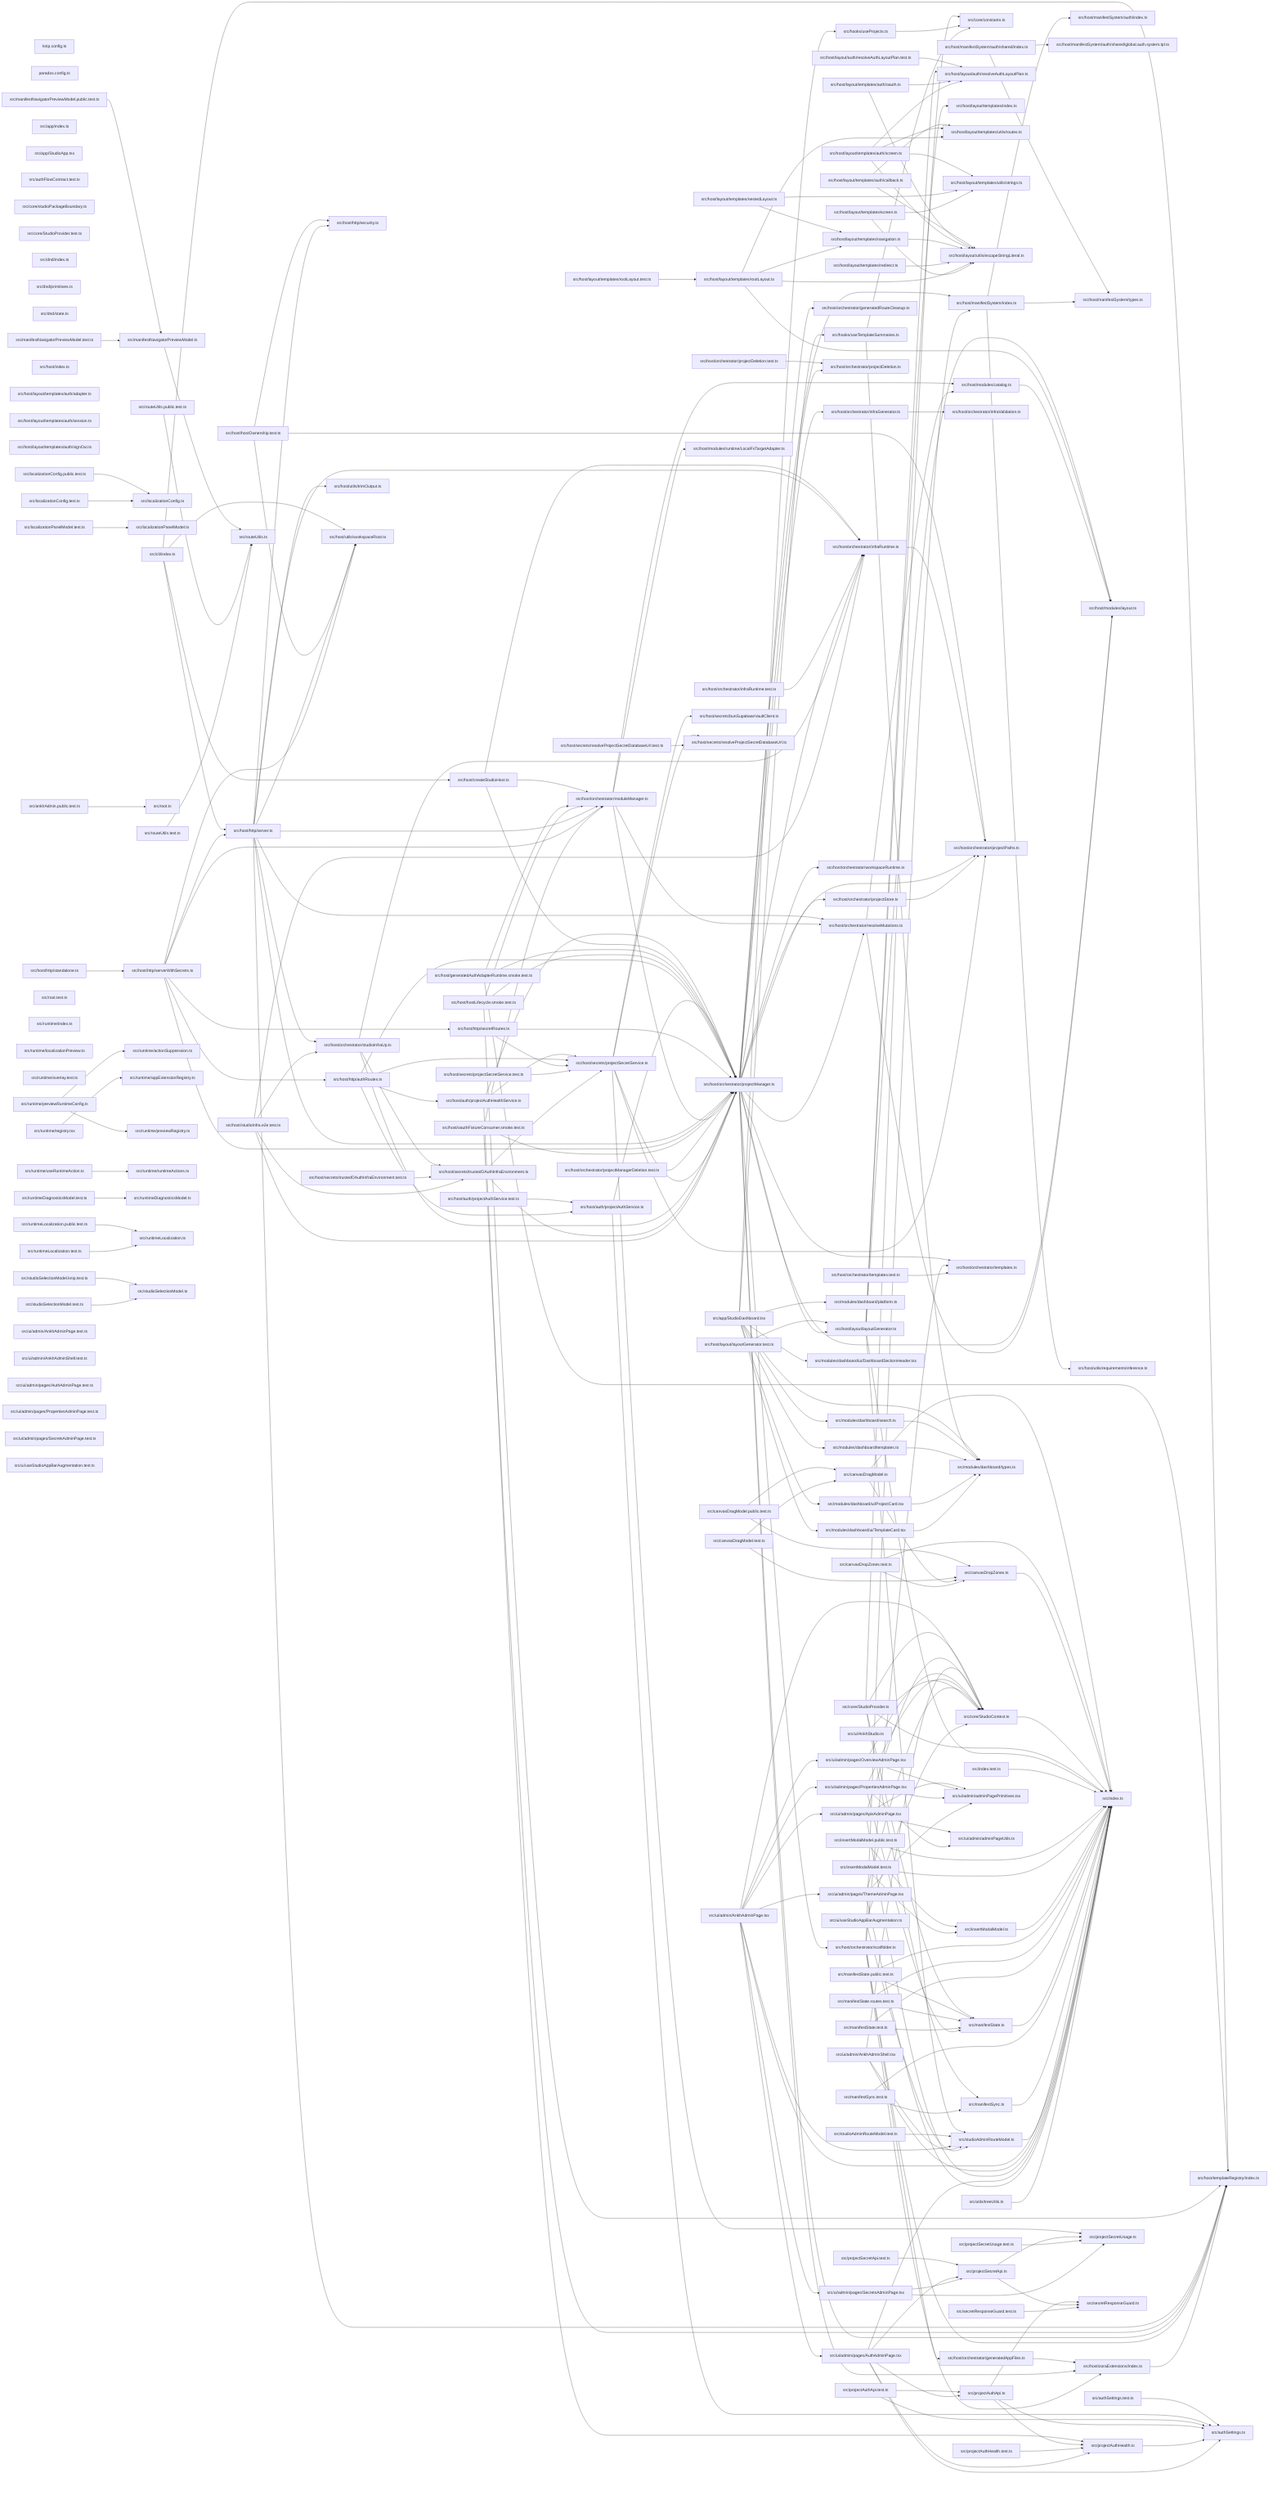
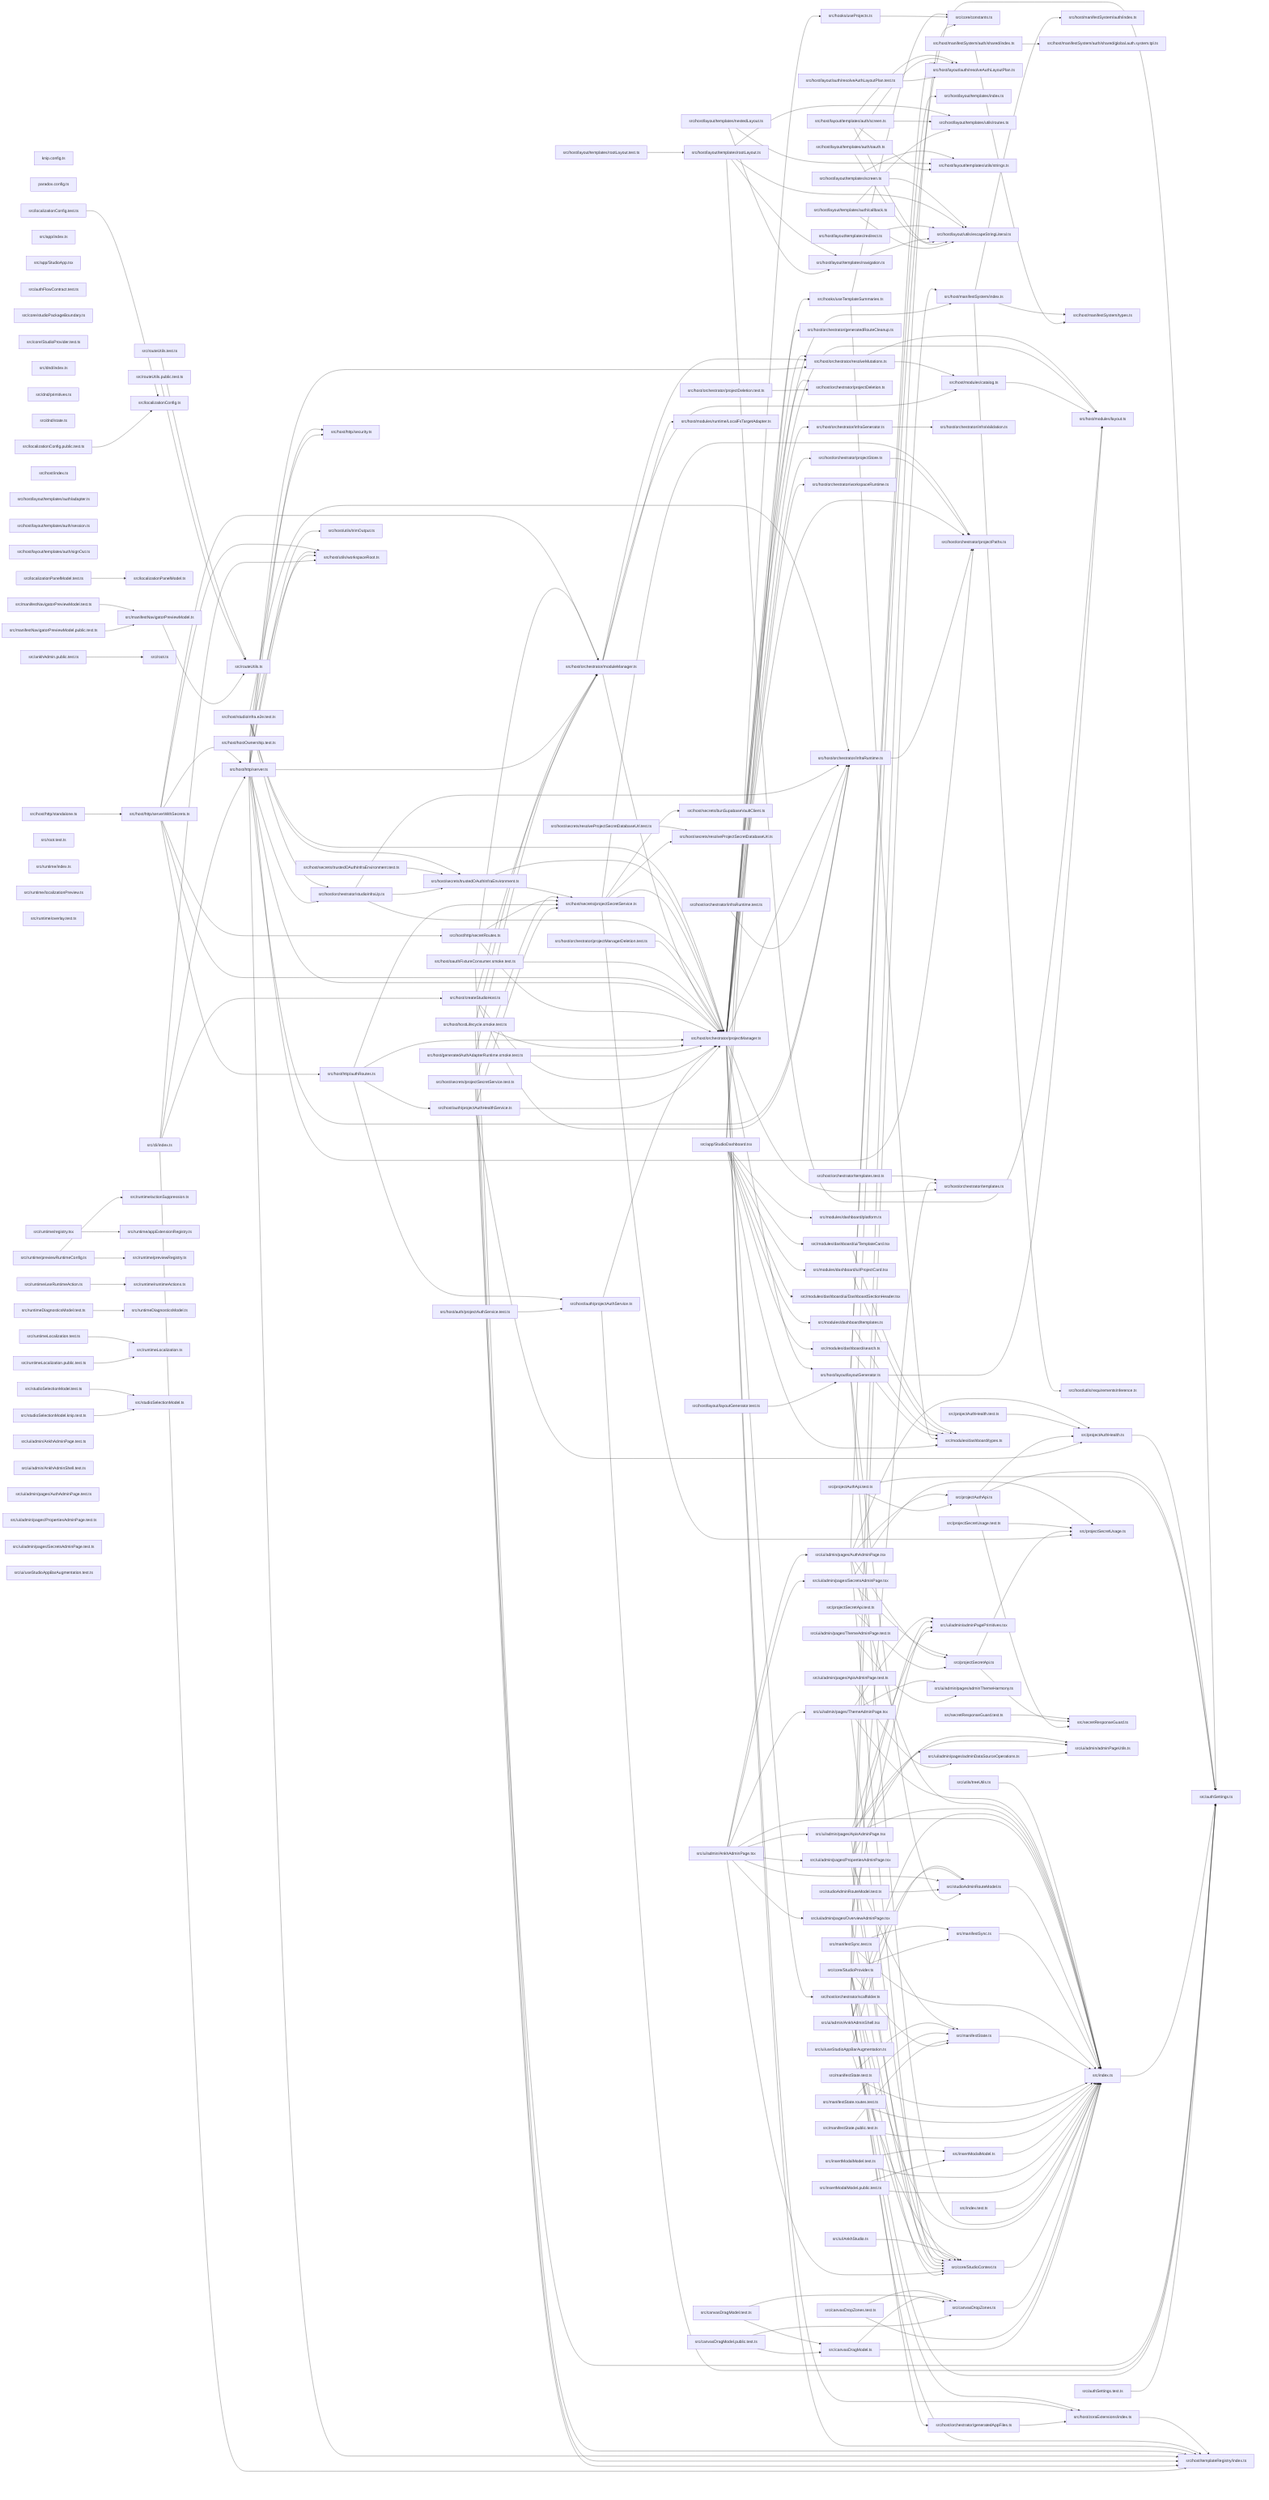
graph LR
  module_knip_config_ts["knip.config.ts"]
  module_paradox_config_ts["paradox.config.ts"]
  module_src_ankhAdmin_public_test_ts["src/ankhAdmin.public.test.ts"]
  module_src_app_index_ts["src/app/index.ts"]
  module_src_app_StudioApp_tsx["src/app/StudioApp.tsx"]
  module_src_app_StudioDashboard_tsx["src/app/StudioDashboard.tsx"]
  module_src_authFlowContract_test_ts["src/authFlowContract.test.ts"]
  module_src_authSettings_test_ts["src/authSettings.test.ts"]
  module_src_authSettings_ts["src/authSettings.ts"]
  module_src_canvasDragModel_public_test_ts["src/canvasDragModel.public.test.ts"]
  module_src_canvasDragModel_test_ts["src/canvasDragModel.test.ts"]
  module_src_canvasDragModel_ts["src/canvasDragModel.ts"]
  module_src_canvasDropZones_test_ts["src/canvasDropZones.test.ts"]
  module_src_canvasDropZones_ts["src/canvasDropZones.ts"]
  module_src_cli_index_ts["src/cli/index.ts"]
  module_src_core_constants_ts["src/core/constants.ts"]
  module_src_core_StudioContext_ts["src/core/StudioContext.ts"]
  module_src_core_studioPackageBoundary_ts["src/core/studioPackageBoundary.ts"]
  module_src_core_StudioProvider_test_ts["src/core/StudioProvider.test.ts"]
  module_src_core_StudioProvider_ts["src/core/StudioProvider.ts"]
  module_src_dnd_index_ts["src/dnd/index.ts"]
  module_src_dnd_primitives_ts["src/dnd/primitives.ts"]
  module_src_dnd_state_ts["src/dnd/state.ts"]
  module_src_hooks_useProjects_ts["src/hooks/useProjects.ts"]
  module_src_hooks_useTemplateSummaries_ts["src/hooks/useTemplateSummaries.ts"]
  module_src_host_auth_projectAuthHealthService_ts["src/host/auth/projectAuthHealthService.ts"]
  module_src_host_auth_projectAuthService_test_ts["src/host/auth/projectAuthService.test.ts"]
  module_src_host_auth_projectAuthService_ts["src/host/auth/projectAuthService.ts"]
  module_src_host_createStudioHost_ts["src/host/createStudioHost.ts"]
  module_src_host_generatedAuthAdapterRuntime_smoke_test_ts["src/host/generatedAuthAdapterRuntime.smoke.test.ts"]
  module_src_host_hostLifecycle_smoke_test_ts["src/host/hostLifecycle.smoke.test.ts"]
  module_src_host_hostOwnership_test_ts["src/host/hostOwnership.test.ts"]
  module_src_host_http_authRoutes_ts["src/host/http/authRoutes.ts"]
  module_src_host_http_secretRoutes_ts["src/host/http/secretRoutes.ts"]
  module_src_host_http_security_ts["src/host/http/security.ts"]
  module_src_host_http_server_ts["src/host/http/server.ts"]
  module_src_host_http_serverWithSecrets_ts["src/host/http/serverWithSecrets.ts"]
  module_src_host_http_standalone_ts["src/host/http/standalone.ts"]
  module_src_host_index_ts["src/host/index.ts"]
  module_src_host_layout_auth_resolveAuthLayoutPlan_test_ts["src/host/layout/auth/resolveAuthLayoutPlan.test.ts"]
  module_src_host_layout_auth_resolveAuthLayoutPlan_ts["src/host/layout/auth/resolveAuthLayoutPlan.ts"]
  module_src_host_layout_layoutGenerator_test_ts["src/host/layout/layoutGenerator.test.ts"]
  module_src_host_layout_layoutGenerator_ts["src/host/layout/layoutGenerator.ts"]
  module_src_host_layout_templates_auth_adapter_ts["src/host/layout/templates/auth/adapter.ts"]
  module_src_host_layout_templates_auth_callback_ts["src/host/layout/templates/auth/callback.ts"]
  module_src_host_layout_templates_auth_oauth_ts["src/host/layout/templates/auth/oauth.ts"]
  module_src_host_layout_templates_auth_screen_ts["src/host/layout/templates/auth/screen.ts"]
  module_src_host_layout_templates_auth_session_ts["src/host/layout/templates/auth/session.ts"]
  module_src_host_layout_templates_auth_signOut_ts["src/host/layout/templates/auth/signOut.ts"]
  module_src_host_layout_templates_index_ts["src/host/layout/templates/index.ts"]
  module_src_host_layout_templates_navigation_ts["src/host/layout/templates/navigation.ts"]
  module_src_host_layout_templates_nestedLayout_ts["src/host/layout/templates/nestedLayout.ts"]
  module_src_host_layout_templates_redirect_ts["src/host/layout/templates/redirect.ts"]
  module_src_host_layout_templates_rootLayout_test_ts["src/host/layout/templates/rootLayout.test.ts"]
  module_src_host_layout_templates_rootLayout_ts["src/host/layout/templates/rootLayout.ts"]
  module_src_host_layout_templates_screen_ts["src/host/layout/templates/screen.ts"]
  module_src_host_layout_templates_utils_routes_ts["src/host/layout/templates/utils/routes.ts"]
  module_src_host_layout_templates_utils_strings_ts["src/host/layout/templates/utils/strings.ts"]
  module_src_host_layout_utils_escapeStringLiteral_ts["src/host/layout/utils/escapeStringLiteral.ts"]
  module_src_host_manifestSystem_auth_index_ts["src/host/manifestSystem/auth/index.ts"]
  module_src_host_manifestSystem_auth_shared_global_auth_system_tpl_ts["src/host/manifestSystem/auth/shared/global.auth.system.tpl.ts"]
  module_src_host_manifestSystem_auth_shared_index_ts["src/host/manifestSystem/auth/shared/index.ts"]
  module_src_host_manifestSystem_index_ts["src/host/manifestSystem/index.ts"]
  module_src_host_manifestSystem_types_ts["src/host/manifestSystem/types.ts"]
  module_src_host_modules_catalog_ts["src/host/modules/catalog.ts"]
  module_src_host_modules_layout_ts["src/host/modules/layout.ts"]
  module_src_host_modules_runtime_LocalFsTargetAdapter_ts["src/host/modules/runtime/LocalFsTargetAdapter.ts"]
  module_src_host_oauthFixtureConsumer_smoke_test_ts["src/host/oauthFixtureConsumer.smoke.test.ts"]
  module_src_host_orchestrator_generatedAppFiles_ts["src/host/orchestrator/generatedAppFiles.ts"]
  module_src_host_orchestrator_generatedRouteCleanup_ts["src/host/orchestrator/generatedRouteCleanup.ts"]
  module_src_host_orchestrator_infraGenerator_ts["src/host/orchestrator/infraGenerator.ts"]
  module_src_host_orchestrator_infraRuntime_test_ts["src/host/orchestrator/infraRuntime.test.ts"]
  module_src_host_orchestrator_infraRuntime_ts["src/host/orchestrator/infraRuntime.ts"]
  module_src_host_orchestrator_infraValidation_ts["src/host/orchestrator/infraValidation.ts"]
  module_src_host_orchestrator_moduleManager_ts["src/host/orchestrator/moduleManager.ts"]
  module_src_host_orchestrator_projectDeletion_test_ts["src/host/orchestrator/projectDeletion.test.ts"]
  module_src_host_orchestrator_projectDeletion_ts["src/host/orchestrator/projectDeletion.ts"]
  module_src_host_orchestrator_projectManager_ts["src/host/orchestrator/projectManager.ts"]
  module_src_host_orchestrator_projectManagerDeletion_test_ts["src/host/orchestrator/projectManagerDeletion.test.ts"]
  module_src_host_orchestrator_projectPaths_ts["src/host/orchestrator/projectPaths.ts"]
  module_src_host_orchestrator_projectStore_ts["src/host/orchestrator/projectStore.ts"]
  module_src_host_orchestrator_resolveMutations_ts["src/host/orchestrator/resolveMutations.ts"]
  module_src_host_orchestrator_scaffolder_ts["src/host/orchestrator/scaffolder.ts"]
  module_src_host_orchestrator_studioInfraUp_ts["src/host/orchestrator/studioInfraUp.ts"]
  module_src_host_orchestrator_templates_test_ts["src/host/orchestrator/templates.test.ts"]
  module_src_host_orchestrator_templates_ts["src/host/orchestrator/templates.ts"]
  module_src_host_orchestrator_workspaceRuntime_ts["src/host/orchestrator/workspaceRuntime.ts"]
  module_src_host_secrets_bunSupabaseVaultClient_ts["src/host/secrets/bunSupabaseVaultClient.ts"]
  module_src_host_secrets_projectSecretService_test_ts["src/host/secrets/projectSecretService.test.ts"]
  module_src_host_secrets_projectSecretService_ts["src/host/secrets/projectSecretService.ts"]
  module_src_host_secrets_resolveProjectSecretDatabaseUrl_test_ts["src/host/secrets/resolveProjectSecretDatabaseUrl.test.ts"]
  module_src_host_secrets_resolveProjectSecretDatabaseUrl_ts["src/host/secrets/resolveProjectSecretDatabaseUrl.ts"]
  module_src_host_secrets_trustedOAuthInfraEnvironment_test_ts["src/host/secrets/trustedOAuthInfraEnvironment.test.ts"]
  module_src_host_secrets_trustedOAuthInfraEnvironment_ts["src/host/secrets/trustedOAuthInfraEnvironment.ts"]
  module_src_host_studioInfra_e2e_test_ts["src/host/studioInfra.e2e.test.ts"]
  module_src_host_templateRegistry_index_ts["src/host/templateRegistry/index.ts"]
  module_src_host_utils_requirementsInference_ts["src/host/utils/requirementsInference.ts"]
  module_src_host_utils_trimOutput_ts["src/host/utils/trimOutput.ts"]
  module_src_host_utils_workspaceRoot_ts["src/host/utils/workspaceRoot.ts"]
  module_src_host_zoraExtensions_index_ts["src/host/zoraExtensions/index.ts"]
  module_src_index_test_ts["src/index.test.ts"]
  module_src_index_ts["src/index.ts"]
  module_src_insertModalModel_public_test_ts["src/insertModalModel.public.test.ts"]
  module_src_insertModalModel_test_ts["src/insertModalModel.test.ts"]
  module_src_insertModalModel_ts["src/insertModalModel.ts"]
  module_src_localizationConfig_public_test_ts["src/localizationConfig.public.test.ts"]
  module_src_localizationConfig_test_ts["src/localizationConfig.test.ts"]
  module_src_localizationConfig_ts["src/localizationConfig.ts"]
  module_src_localizationPanelModel_test_ts["src/localizationPanelModel.test.ts"]
  module_src_localizationPanelModel_ts["src/localizationPanelModel.ts"]
  module_src_manifestNavigatorPreviewModel_public_test_ts["src/manifestNavigatorPreviewModel.public.test.ts"]
  module_src_manifestNavigatorPreviewModel_test_ts["src/manifestNavigatorPreviewModel.test.ts"]
  module_src_manifestNavigatorPreviewModel_ts["src/manifestNavigatorPreviewModel.ts"]
  module_src_manifestState_public_test_ts["src/manifestState.public.test.ts"]
  module_src_manifestState_routes_test_ts["src/manifestState.routes.test.ts"]
  module_src_manifestState_test_ts["src/manifestState.test.ts"]
  module_src_manifestState_ts["src/manifestState.ts"]
  module_src_manifestSync_test_ts["src/manifestSync.test.ts"]
  module_src_manifestSync_ts["src/manifestSync.ts"]
  module_src_modules_dashboard_platform_ts["src/modules/dashboard/platform.ts"]
  module_src_modules_dashboard_search_ts["src/modules/dashboard/search.ts"]
  module_src_modules_dashboard_templates_ts["src/modules/dashboard/templates.ts"]
  module_src_modules_dashboard_types_ts["src/modules/dashboard/types.ts"]
  module_src_modules_dashboard_ui_DashboardSectionHeader_tsx["src/modules/dashboard/ui/DashboardSectionHeader.tsx"]
  module_src_modules_dashboard_ui_ProjectCard_tsx["src/modules/dashboard/ui/ProjectCard.tsx"]
  module_src_modules_dashboard_ui_TemplateCard_tsx["src/modules/dashboard/ui/TemplateCard.tsx"]
  module_src_projectAuthApi_test_ts["src/projectAuthApi.test.ts"]
  module_src_projectAuthApi_ts["src/projectAuthApi.ts"]
  module_src_projectAuthHealth_test_ts["src/projectAuthHealth.test.ts"]
  module_src_projectAuthHealth_ts["src/projectAuthHealth.ts"]
  module_src_projectSecretApi_test_ts["src/projectSecretApi.test.ts"]
  module_src_projectSecretApi_ts["src/projectSecretApi.ts"]
  module_src_projectSecretUsage_test_ts["src/projectSecretUsage.test.ts"]
  module_src_projectSecretUsage_ts["src/projectSecretUsage.ts"]
  module_src_root_test_ts["src/root.test.ts"]
  module_src_root_ts["src/root.ts"]
  module_src_routeUtils_public_test_ts["src/routeUtils.public.test.ts"]
  module_src_routeUtils_test_ts["src/routeUtils.test.ts"]
  module_src_routeUtils_ts["src/routeUtils.ts"]
  module_src_runtime_actionSuppression_ts["src/runtime/actionSuppression.ts"]
  module_src_runtime_appExtensionRegistry_ts["src/runtime/appExtensionRegistry.ts"]
  module_src_runtime_index_ts["src/runtime/index.ts"]
  module_src_runtime_localizationPreview_ts["src/runtime/localizationPreview.ts"]
  module_src_runtime_overlay_test_ts["src/runtime/overlay.test.ts"]
  module_src_runtime_previewRegistry_ts["src/runtime/previewRegistry.ts"]
  module_src_runtime_previewRuntimeConfig_ts["src/runtime/previewRuntimeConfig.ts"]
  module_src_runtime_registry_tsx["src/runtime/registry.tsx"]
  module_src_runtime_runtimeActions_ts["src/runtime/runtimeActions.ts"]
  module_src_runtime_useRuntimeAction_ts["src/runtime/useRuntimeAction.ts"]
  module_src_runtimeDiagnosticsModel_test_ts["src/runtimeDiagnosticsModel.test.ts"]
  module_src_runtimeDiagnosticsModel_ts["src/runtimeDiagnosticsModel.ts"]
  module_src_runtimeLocalization_public_test_ts["src/runtimeLocalization.public.test.ts"]
  module_src_runtimeLocalization_test_ts["src/runtimeLocalization.test.ts"]
  module_src_runtimeLocalization_ts["src/runtimeLocalization.ts"]
  module_src_secretResponseGuard_test_ts["src/secretResponseGuard.test.ts"]
  module_src_secretResponseGuard_ts["src/secretResponseGuard.ts"]
  module_src_studioAdminRouteModel_test_ts["src/studioAdminRouteModel.test.ts"]
  module_src_studioAdminRouteModel_ts["src/studioAdminRouteModel.ts"]
  module_src_studioSelectionModel_knip_test_ts["src/studioSelectionModel.knip.test.ts"]
  module_src_studioSelectionModel_test_ts["src/studioSelectionModel.test.ts"]
  module_src_studioSelectionModel_ts["src/studioSelectionModel.ts"]
  module_src_ui_admin_adminPagePrimitives_tsx["src/ui/admin/adminPagePrimitives.tsx"]
  module_src_ui_admin_adminPageUtils_ts["src/ui/admin/adminPageUtils.ts"]
  module_src_ui_admin_AnkhAdminPage_test_ts["src/ui/admin/AnkhAdminPage.test.ts"]
  module_src_ui_admin_AnkhAdminPage_tsx["src/ui/admin/AnkhAdminPage.tsx"]
  module_src_ui_admin_AnkhAdminShell_test_ts["src/ui/admin/AnkhAdminShell.test.ts"]
  module_src_ui_admin_AnkhAdminShell_tsx["src/ui/admin/AnkhAdminShell.tsx"]
+   module_src_ui_admin_pages_adminDataSourceOperations_ts["src/ui/admin/pages/adminDataSourceOperations.ts"]
+   module_src_ui_admin_pages_adminThemeHarmony_ts["src/ui/admin/pages/adminThemeHarmony.ts"]
+   module_src_ui_admin_pages_ApisAdminPage_test_ts["src/ui/admin/pages/ApisAdminPage.test.ts"]
  module_src_ui_admin_pages_ApisAdminPage_tsx["src/ui/admin/pages/ApisAdminPage.tsx"]
  module_src_ui_admin_pages_AuthAdminPage_test_ts["src/ui/admin/pages/AuthAdminPage.test.ts"]
  module_src_ui_admin_pages_AuthAdminPage_tsx["src/ui/admin/pages/AuthAdminPage.tsx"]
  module_src_ui_admin_pages_OverviewAdminPage_tsx["src/ui/admin/pages/OverviewAdminPage.tsx"]
  module_src_ui_admin_pages_PropertiesAdminPage_test_ts["src/ui/admin/pages/PropertiesAdminPage.test.ts"]
  module_src_ui_admin_pages_PropertiesAdminPage_tsx["src/ui/admin/pages/PropertiesAdminPage.tsx"]
  module_src_ui_admin_pages_SecretsAdminPage_test_ts["src/ui/admin/pages/SecretsAdminPage.test.ts"]
  module_src_ui_admin_pages_SecretsAdminPage_tsx["src/ui/admin/pages/SecretsAdminPage.tsx"]
+   module_src_ui_admin_pages_ThemeAdminPage_test_ts["src/ui/admin/pages/ThemeAdminPage.test.ts"]
  module_src_ui_admin_pages_ThemeAdminPage_tsx["src/ui/admin/pages/ThemeAdminPage.tsx"]
  module_src_ui_AnkhStudio_ts["src/ui/AnkhStudio.ts"]
  module_src_ui_useStudioAppBarAugmentation_test_ts["src/ui/useStudioAppBarAugmentation.test.ts"]
  module_src_ui_useStudioAppBarAugmentation_ts["src/ui/useStudioAppBarAugmentation.ts"]
  module_src_utils_treeUtils_ts["src/utils/treeUtils.ts"]
  module_src_ankhAdmin_public_test_ts --> module_src_root_ts
  module_src_app_StudioDashboard_tsx --> module_src_hooks_useProjects_ts
  module_src_app_StudioDashboard_tsx --> module_src_hooks_useTemplateSummaries_ts
  module_src_app_StudioDashboard_tsx --> module_src_modules_dashboard_platform_ts
  module_src_app_StudioDashboard_tsx --> module_src_modules_dashboard_search_ts
  module_src_app_StudioDashboard_tsx --> module_src_modules_dashboard_templates_ts
  module_src_app_StudioDashboard_tsx --> module_src_modules_dashboard_types_ts
  module_src_app_StudioDashboard_tsx --> module_src_modules_dashboard_ui_DashboardSectionHeader_tsx
  module_src_app_StudioDashboard_tsx --> module_src_modules_dashboard_ui_ProjectCard_tsx
  module_src_app_StudioDashboard_tsx --> module_src_modules_dashboard_ui_TemplateCard_tsx
  module_src_authSettings_test_ts --> module_src_authSettings_ts
  module_src_canvasDragModel_public_test_ts --> module_src_canvasDragModel_ts
  module_src_canvasDragModel_public_test_ts --> module_src_canvasDropZones_ts
  module_src_canvasDragModel_test_ts --> module_src_canvasDragModel_ts
  module_src_canvasDragModel_test_ts --> module_src_canvasDropZones_ts
  module_src_canvasDragModel_ts --> module_src_canvasDropZones_ts
  module_src_canvasDragModel_ts --> module_src_index_ts
  module_src_canvasDropZones_test_ts --> module_src_canvasDropZones_ts
  module_src_canvasDropZones_test_ts --> module_src_index_ts
  module_src_canvasDropZones_ts --> module_src_index_ts
  module_src_cli_index_ts --> module_src_host_createStudioHost_ts
  module_src_cli_index_ts --> module_src_host_http_server_ts
  module_src_cli_index_ts --> module_src_host_templateRegistry_index_ts
  module_src_cli_index_ts --> module_src_host_utils_workspaceRoot_ts
  module_src_core_StudioContext_ts --> module_src_index_ts
+   module_src_core_StudioProvider_ts --> module_src_authSettings_ts
  module_src_core_StudioProvider_ts --> module_src_core_constants_ts
  module_src_core_StudioProvider_ts --> module_src_core_StudioContext_ts
  module_src_core_StudioProvider_ts --> module_src_index_ts
  module_src_core_StudioProvider_ts --> module_src_manifestState_ts
  module_src_core_StudioProvider_ts --> module_src_manifestSync_ts
  module_src_hooks_useProjects_ts --> module_src_core_constants_ts
  module_src_hooks_useTemplateSummaries_ts --> module_src_core_constants_ts
  module_src_hooks_useTemplateSummaries_ts --> module_src_modules_dashboard_types_ts
  module_src_host_auth_projectAuthHealthService_ts --> module_src_host_orchestrator_projectManager_ts
  module_src_host_auth_projectAuthHealthService_ts --> module_src_host_secrets_projectSecretService_ts
  module_src_host_auth_projectAuthHealthService_ts --> module_src_projectAuthHealth_ts
  module_src_host_auth_projectAuthService_test_ts --> module_src_host_auth_projectAuthService_ts
  module_src_host_auth_projectAuthService_ts --> module_src_authSettings_ts
  module_src_host_auth_projectAuthService_ts --> module_src_host_orchestrator_projectManager_ts
  module_src_host_createStudioHost_ts --> module_src_host_orchestrator_infraRuntime_ts
  module_src_host_createStudioHost_ts --> module_src_host_orchestrator_moduleManager_ts
  module_src_host_createStudioHost_ts --> module_src_host_orchestrator_projectManager_ts
  module_src_host_generatedAuthAdapterRuntime_smoke_test_ts --> module_src_host_orchestrator_moduleManager_ts
  module_src_host_generatedAuthAdapterRuntime_smoke_test_ts --> module_src_host_orchestrator_projectManager_ts
  module_src_host_generatedAuthAdapterRuntime_smoke_test_ts --> module_src_host_templateRegistry_index_ts
  module_src_host_hostLifecycle_smoke_test_ts --> module_src_host_orchestrator_moduleManager_ts
  module_src_host_hostLifecycle_smoke_test_ts --> module_src_host_orchestrator_projectManager_ts
  module_src_host_hostLifecycle_smoke_test_ts --> module_src_host_templateRegistry_index_ts
  module_src_host_hostOwnership_test_ts --> module_src_host_http_security_ts
  module_src_host_hostOwnership_test_ts --> module_src_host_orchestrator_projectPaths_ts
  module_src_host_hostOwnership_test_ts --> module_src_host_utils_workspaceRoot_ts
  module_src_host_http_authRoutes_ts --> module_src_host_auth_projectAuthHealthService_ts
  module_src_host_http_authRoutes_ts --> module_src_host_auth_projectAuthService_ts
  module_src_host_http_authRoutes_ts --> module_src_host_orchestrator_projectManager_ts
  module_src_host_http_authRoutes_ts --> module_src_host_secrets_projectSecretService_ts
  module_src_host_http_secretRoutes_ts --> module_src_host_orchestrator_projectManager_ts
  module_src_host_http_secretRoutes_ts --> module_src_host_secrets_projectSecretService_ts
  module_src_host_http_server_ts --> module_src_host_http_security_ts
  module_src_host_http_server_ts --> module_src_host_orchestrator_infraRuntime_ts
  module_src_host_http_server_ts --> module_src_host_orchestrator_moduleManager_ts
  module_src_host_http_server_ts --> module_src_host_orchestrator_projectManager_ts
  module_src_host_http_server_ts --> module_src_host_orchestrator_resolveMutations_ts
  module_src_host_http_server_ts --> module_src_host_orchestrator_studioInfraUp_ts
  module_src_host_http_server_ts --> module_src_host_templateRegistry_index_ts
  module_src_host_http_server_ts --> module_src_host_utils_trimOutput_ts
  module_src_host_http_server_ts --> module_src_host_utils_workspaceRoot_ts
  module_src_host_http_serverWithSecrets_ts --> module_src_host_http_authRoutes_ts
  module_src_host_http_serverWithSecrets_ts --> module_src_host_http_secretRoutes_ts
  module_src_host_http_serverWithSecrets_ts --> module_src_host_http_server_ts
  module_src_host_http_serverWithSecrets_ts --> module_src_host_orchestrator_moduleManager_ts
  module_src_host_http_serverWithSecrets_ts --> module_src_host_orchestrator_projectManager_ts
  module_src_host_http_serverWithSecrets_ts --> module_src_host_utils_workspaceRoot_ts
  module_src_host_http_standalone_ts --> module_src_host_http_serverWithSecrets_ts
  module_src_host_layout_auth_resolveAuthLayoutPlan_test_ts --> module_src_host_layout_auth_resolveAuthLayoutPlan_ts
  module_src_host_layout_layoutGenerator_test_ts --> module_src_host_layout_layoutGenerator_ts
  module_src_host_layout_layoutGenerator_ts --> module_src_host_layout_auth_resolveAuthLayoutPlan_ts
  module_src_host_layout_layoutGenerator_ts --> module_src_host_layout_templates_index_ts
  module_src_host_layout_layoutGenerator_ts --> module_src_host_modules_layout_ts
  module_src_host_layout_layoutGenerator_ts --> module_src_index_ts
  module_src_host_layout_layoutGenerator_ts --> module_src_studioAdminRouteModel_ts
  module_src_host_layout_templates_auth_callback_ts --> module_src_host_layout_templates_utils_routes_ts
  module_src_host_layout_templates_auth_callback_ts --> module_src_host_layout_utils_escapeStringLiteral_ts
  module_src_host_layout_templates_auth_oauth_ts --> module_src_host_layout_auth_resolveAuthLayoutPlan_ts
  module_src_host_layout_templates_auth_oauth_ts --> module_src_host_layout_utils_escapeStringLiteral_ts
  module_src_host_layout_templates_auth_screen_ts --> module_src_host_layout_auth_resolveAuthLayoutPlan_ts
  module_src_host_layout_templates_auth_screen_ts --> module_src_host_layout_templates_utils_routes_ts
  module_src_host_layout_templates_auth_screen_ts --> module_src_host_layout_templates_utils_strings_ts
  module_src_host_layout_templates_auth_screen_ts --> module_src_host_layout_utils_escapeStringLiteral_ts
  module_src_host_layout_templates_navigation_ts --> module_src_host_layout_utils_escapeStringLiteral_ts
  module_src_host_layout_templates_nestedLayout_ts --> module_src_host_layout_templates_navigation_ts
  module_src_host_layout_templates_nestedLayout_ts --> module_src_host_layout_templates_utils_strings_ts
  module_src_host_layout_templates_redirect_ts --> module_src_host_layout_utils_escapeStringLiteral_ts
  module_src_host_layout_templates_rootLayout_test_ts --> module_src_host_layout_templates_rootLayout_ts
  module_src_host_layout_templates_rootLayout_ts --> module_src_host_layout_templates_navigation_ts
  module_src_host_layout_templates_rootLayout_ts --> module_src_host_layout_templates_utils_routes_ts
  module_src_host_layout_templates_rootLayout_ts --> module_src_host_layout_utils_escapeStringLiteral_ts
  module_src_host_layout_templates_rootLayout_ts --> module_src_host_modules_layout_ts
  module_src_host_layout_templates_screen_ts --> module_src_host_layout_templates_utils_strings_ts
  module_src_host_layout_templates_screen_ts --> module_src_host_layout_utils_escapeStringLiteral_ts
  module_src_host_manifestSystem_auth_shared_index_ts --> module_src_host_manifestSystem_auth_shared_global_auth_system_tpl_ts
  module_src_host_manifestSystem_auth_shared_index_ts --> module_src_host_manifestSystem_types_ts
  module_src_host_manifestSystem_index_ts --> module_src_host_manifestSystem_auth_index_ts
  module_src_host_manifestSystem_index_ts --> module_src_host_manifestSystem_types_ts
  module_src_host_manifestSystem_index_ts --> module_src_host_utils_requirementsInference_ts
  module_src_host_modules_catalog_ts --> module_src_host_modules_layout_ts
  module_src_host_oauthFixtureConsumer_smoke_test_ts --> module_src_host_orchestrator_moduleManager_ts
  module_src_host_oauthFixtureConsumer_smoke_test_ts --> module_src_host_orchestrator_projectManager_ts
  module_src_host_oauthFixtureConsumer_smoke_test_ts --> module_src_host_templateRegistry_index_ts
  module_src_host_orchestrator_generatedAppFiles_ts --> module_src_host_zoraExtensions_index_ts
  module_src_host_orchestrator_infraGenerator_ts --> module_src_host_orchestrator_infraValidation_ts
  module_src_host_orchestrator_infraRuntime_test_ts --> module_src_host_orchestrator_infraRuntime_ts
  module_src_host_orchestrator_infraRuntime_ts --> module_src_host_orchestrator_projectPaths_ts
  module_src_host_orchestrator_moduleManager_ts --> module_src_host_modules_catalog_ts
  module_src_host_orchestrator_moduleManager_ts --> module_src_host_modules_runtime_LocalFsTargetAdapter_ts
  module_src_host_orchestrator_moduleManager_ts --> module_src_host_orchestrator_projectManager_ts
  module_src_host_orchestrator_moduleManager_ts --> module_src_host_orchestrator_resolveMutations_ts
  module_src_host_orchestrator_projectDeletion_test_ts --> module_src_host_orchestrator_projectDeletion_ts
  module_src_host_orchestrator_projectManager_ts --> module_src_host_layout_layoutGenerator_ts
  module_src_host_orchestrator_projectManager_ts --> module_src_host_manifestSystem_index_ts
  module_src_host_orchestrator_projectManager_ts --> module_src_host_modules_layout_ts
  module_src_host_orchestrator_projectManager_ts --> module_src_host_orchestrator_generatedRouteCleanup_ts
  module_src_host_orchestrator_projectManager_ts --> module_src_host_orchestrator_infraGenerator_ts
  module_src_host_orchestrator_projectManager_ts --> module_src_host_orchestrator_infraRuntime_ts
  module_src_host_orchestrator_projectManager_ts --> module_src_host_orchestrator_projectDeletion_ts
  module_src_host_orchestrator_projectManager_ts --> module_src_host_orchestrator_projectPaths_ts
  module_src_host_orchestrator_projectManager_ts --> module_src_host_orchestrator_projectStore_ts
  module_src_host_orchestrator_projectManager_ts --> module_src_host_orchestrator_resolveMutations_ts
  module_src_host_orchestrator_projectManager_ts --> module_src_host_orchestrator_scaffolder_ts
  module_src_host_orchestrator_projectManager_ts --> module_src_host_orchestrator_templates_ts
  module_src_host_orchestrator_projectManager_ts --> module_src_host_orchestrator_workspaceRuntime_ts
  module_src_host_orchestrator_projectManager_ts --> module_src_host_templateRegistry_index_ts
  module_src_host_orchestrator_projectManager_ts --> module_src_host_zoraExtensions_index_ts
  module_src_host_orchestrator_projectManagerDeletion_test_ts --> module_src_host_orchestrator_projectManager_ts
  module_src_host_orchestrator_projectStore_ts --> module_src_host_orchestrator_projectPaths_ts
  module_src_host_orchestrator_resolveMutations_ts --> module_src_host_modules_catalog_ts
  module_src_host_orchestrator_resolveMutations_ts --> module_src_host_modules_layout_ts
  module_src_host_orchestrator_scaffolder_ts --> module_src_host_manifestSystem_index_ts
  module_src_host_orchestrator_scaffolder_ts --> module_src_host_orchestrator_generatedAppFiles_ts
  module_src_host_orchestrator_scaffolder_ts --> module_src_host_orchestrator_templates_ts
  module_src_host_orchestrator_scaffolder_ts --> module_src_host_templateRegistry_index_ts
  module_src_host_orchestrator_scaffolder_ts --> module_src_host_zoraExtensions_index_ts
  module_src_host_orchestrator_studioInfraUp_ts --> module_src_host_orchestrator_infraRuntime_ts
  module_src_host_orchestrator_studioInfraUp_ts --> module_src_host_orchestrator_projectManager_ts
  module_src_host_orchestrator_studioInfraUp_ts --> module_src_host_secrets_trustedOAuthInfraEnvironment_ts
  module_src_host_orchestrator_templates_test_ts --> module_src_host_orchestrator_templates_ts
+   module_src_host_secrets_projectSecretService_test_ts --> module_src_authSettings_ts
  module_src_host_secrets_projectSecretService_test_ts --> module_src_host_secrets_projectSecretService_ts
  module_src_host_secrets_projectSecretService_ts --> module_src_host_orchestrator_projectManager_ts
  module_src_host_secrets_projectSecretService_ts --> module_src_host_orchestrator_projectPaths_ts
  module_src_host_secrets_projectSecretService_ts --> module_src_host_secrets_bunSupabaseVaultClient_ts
  module_src_host_secrets_projectSecretService_ts --> module_src_host_secrets_resolveProjectSecretDatabaseUrl_ts
  module_src_host_secrets_projectSecretService_ts --> module_src_projectSecretUsage_ts
  module_src_host_secrets_resolveProjectSecretDatabaseUrl_test_ts --> module_src_host_secrets_resolveProjectSecretDatabaseUrl_ts
  module_src_host_secrets_trustedOAuthInfraEnvironment_test_ts --> module_src_host_secrets_trustedOAuthInfraEnvironment_ts
  module_src_host_secrets_trustedOAuthInfraEnvironment_ts --> module_src_host_orchestrator_projectManager_ts
  module_src_host_secrets_trustedOAuthInfraEnvironment_ts --> module_src_host_secrets_projectSecretService_ts
  module_src_host_studioInfra_e2e_test_ts --> module_src_host_orchestrator_infraRuntime_ts
  module_src_host_studioInfra_e2e_test_ts --> module_src_host_orchestrator_projectManager_ts
  module_src_host_studioInfra_e2e_test_ts --> module_src_host_orchestrator_studioInfraUp_ts
  module_src_host_studioInfra_e2e_test_ts --> module_src_host_secrets_trustedOAuthInfraEnvironment_ts
  module_src_host_zoraExtensions_index_ts --> module_src_host_templateRegistry_index_ts
  module_src_index_test_ts --> module_src_index_ts
+   module_src_index_ts --> module_src_authSettings_ts
  module_src_insertModalModel_public_test_ts --> module_src_index_ts
  module_src_insertModalModel_public_test_ts --> module_src_insertModalModel_ts
  module_src_insertModalModel_test_ts --> module_src_index_ts
  module_src_insertModalModel_test_ts --> module_src_insertModalModel_ts
  module_src_insertModalModel_ts --> module_src_index_ts
  module_src_localizationConfig_public_test_ts --> module_src_localizationConfig_ts
  module_src_localizationConfig_test_ts --> module_src_localizationConfig_ts
  module_src_localizationPanelModel_test_ts --> module_src_localizationPanelModel_ts
  module_src_manifestNavigatorPreviewModel_public_test_ts --> module_src_manifestNavigatorPreviewModel_ts
  module_src_manifestNavigatorPreviewModel_test_ts --> module_src_manifestNavigatorPreviewModel_ts
  module_src_manifestNavigatorPreviewModel_ts --> module_src_routeUtils_ts
  module_src_manifestState_public_test_ts --> module_src_index_ts
  module_src_manifestState_public_test_ts --> module_src_manifestState_ts
  module_src_manifestState_routes_test_ts --> module_src_index_ts
  module_src_manifestState_routes_test_ts --> module_src_manifestState_ts
  module_src_manifestState_test_ts --> module_src_index_ts
  module_src_manifestState_test_ts --> module_src_manifestState_ts
  module_src_manifestState_ts --> module_src_index_ts
  module_src_manifestSync_test_ts --> module_src_index_ts
  module_src_manifestSync_test_ts --> module_src_manifestSync_ts
  module_src_manifestSync_ts --> module_src_index_ts
  module_src_modules_dashboard_search_ts --> module_src_modules_dashboard_types_ts
  module_src_modules_dashboard_templates_ts --> module_src_modules_dashboard_types_ts
  module_src_modules_dashboard_ui_ProjectCard_tsx --> module_src_modules_dashboard_types_ts
  module_src_modules_dashboard_ui_TemplateCard_tsx --> module_src_modules_dashboard_types_ts
  module_src_projectAuthApi_test_ts --> module_src_authSettings_ts
  module_src_projectAuthApi_test_ts --> module_src_projectAuthApi_ts
  module_src_projectAuthApi_ts --> module_src_authSettings_ts
  module_src_projectAuthApi_ts --> module_src_projectAuthHealth_ts
  module_src_projectAuthApi_ts --> module_src_secretResponseGuard_ts
  module_src_projectAuthHealth_test_ts --> module_src_projectAuthHealth_ts
  module_src_projectAuthHealth_ts --> module_src_authSettings_ts
  module_src_projectSecretApi_test_ts --> module_src_projectSecretApi_ts
  module_src_projectSecretApi_ts --> module_src_projectSecretUsage_ts
  module_src_projectSecretApi_ts --> module_src_secretResponseGuard_ts
  module_src_projectSecretUsage_test_ts --> module_src_projectSecretUsage_ts
  module_src_routeUtils_public_test_ts --> module_src_routeUtils_ts
  module_src_routeUtils_test_ts --> module_src_routeUtils_ts
  module_src_runtime_previewRuntimeConfig_ts --> module_src_runtime_actionSuppression_ts
  module_src_runtime_previewRuntimeConfig_ts --> module_src_runtime_previewRegistry_ts
  module_src_runtime_registry_tsx --> module_src_runtime_appExtensionRegistry_ts
  module_src_runtime_useRuntimeAction_ts --> module_src_runtime_runtimeActions_ts
  module_src_runtimeDiagnosticsModel_test_ts --> module_src_runtimeDiagnosticsModel_ts
  module_src_runtimeLocalization_public_test_ts --> module_src_runtimeLocalization_ts
  module_src_runtimeLocalization_test_ts --> module_src_runtimeLocalization_ts
  module_src_secretResponseGuard_test_ts --> module_src_secretResponseGuard_ts
  module_src_studioAdminRouteModel_test_ts --> module_src_studioAdminRouteModel_ts
  module_src_studioAdminRouteModel_ts --> module_src_index_ts
  module_src_studioSelectionModel_knip_test_ts --> module_src_studioSelectionModel_ts
  module_src_studioSelectionModel_test_ts --> module_src_studioSelectionModel_ts
  module_src_ui_admin_AnkhAdminPage_tsx --> module_src_core_StudioContext_ts
  module_src_ui_admin_AnkhAdminPage_tsx --> module_src_index_ts
  module_src_ui_admin_AnkhAdminPage_tsx --> module_src_studioAdminRouteModel_ts
  module_src_ui_admin_AnkhAdminPage_tsx --> module_src_ui_admin_pages_ApisAdminPage_tsx
  module_src_ui_admin_AnkhAdminPage_tsx --> module_src_ui_admin_pages_AuthAdminPage_tsx
  module_src_ui_admin_AnkhAdminPage_tsx --> module_src_ui_admin_pages_OverviewAdminPage_tsx
  module_src_ui_admin_AnkhAdminPage_tsx --> module_src_ui_admin_pages_PropertiesAdminPage_tsx
  module_src_ui_admin_AnkhAdminPage_tsx --> module_src_ui_admin_pages_SecretsAdminPage_tsx
  module_src_ui_admin_AnkhAdminPage_tsx --> module_src_ui_admin_pages_ThemeAdminPage_tsx
  module_src_ui_admin_AnkhAdminShell_tsx --> module_src_core_StudioContext_ts
  module_src_ui_admin_AnkhAdminShell_tsx --> module_src_index_ts
  module_src_ui_admin_AnkhAdminShell_tsx --> module_src_studioAdminRouteModel_ts
+   module_src_ui_admin_pages_adminDataSourceOperations_ts --> module_src_ui_admin_adminPageUtils_ts
+   module_src_ui_admin_pages_ApisAdminPage_test_ts --> module_src_ui_admin_pages_adminDataSourceOperations_ts
  module_src_ui_admin_pages_ApisAdminPage_tsx --> module_src_core_StudioContext_ts
  module_src_ui_admin_pages_ApisAdminPage_tsx --> module_src_index_ts
  module_src_ui_admin_pages_ApisAdminPage_tsx --> module_src_ui_admin_adminPagePrimitives_tsx
  module_src_ui_admin_pages_ApisAdminPage_tsx --> module_src_ui_admin_adminPageUtils_ts
+   module_src_ui_admin_pages_ApisAdminPage_tsx --> module_src_ui_admin_pages_adminDataSourceOperations_ts
  module_src_ui_admin_pages_AuthAdminPage_tsx --> module_src_authSettings_ts
+   module_src_ui_admin_pages_AuthAdminPage_tsx --> module_src_core_StudioContext_ts
  module_src_ui_admin_pages_AuthAdminPage_tsx --> module_src_index_ts
  module_src_ui_admin_pages_AuthAdminPage_tsx --> module_src_projectAuthApi_ts
  module_src_ui_admin_pages_AuthAdminPage_tsx --> module_src_projectAuthHealth_ts
  module_src_ui_admin_pages_AuthAdminPage_tsx --> module_src_projectSecretApi_ts
  module_src_ui_admin_pages_OverviewAdminPage_tsx --> module_src_core_StudioContext_ts
  module_src_ui_admin_pages_OverviewAdminPage_tsx --> module_src_ui_admin_adminPagePrimitives_tsx
  module_src_ui_admin_pages_PropertiesAdminPage_tsx --> module_src_core_StudioContext_ts
  module_src_ui_admin_pages_PropertiesAdminPage_tsx --> module_src_manifestState_ts
  module_src_ui_admin_pages_PropertiesAdminPage_tsx --> module_src_ui_admin_adminPagePrimitives_tsx
  module_src_ui_admin_pages_PropertiesAdminPage_tsx --> module_src_ui_admin_adminPageUtils_ts
  module_src_ui_admin_pages_SecretsAdminPage_tsx --> module_src_projectSecretApi_ts
  module_src_ui_admin_pages_SecretsAdminPage_tsx --> module_src_projectSecretUsage_ts
+   module_src_ui_admin_pages_ThemeAdminPage_test_ts --> module_src_ui_admin_pages_adminThemeHarmony_ts
  module_src_ui_admin_pages_ThemeAdminPage_tsx --> module_src_core_StudioContext_ts
  module_src_ui_admin_pages_ThemeAdminPage_tsx --> module_src_index_ts
  module_src_ui_admin_pages_ThemeAdminPage_tsx --> module_src_ui_admin_adminPagePrimitives_tsx
+   module_src_ui_admin_pages_ThemeAdminPage_tsx --> module_src_ui_admin_pages_adminThemeHarmony_ts
  module_src_ui_AnkhStudio_ts --> module_src_core_StudioContext_ts
  module_src_ui_useStudioAppBarAugmentation_ts --> module_src_core_StudioContext_ts
  module_src_ui_useStudioAppBarAugmentation_ts --> module_src_studioAdminRouteModel_ts
  module_src_utils_treeUtils_ts --> module_src_index_ts
